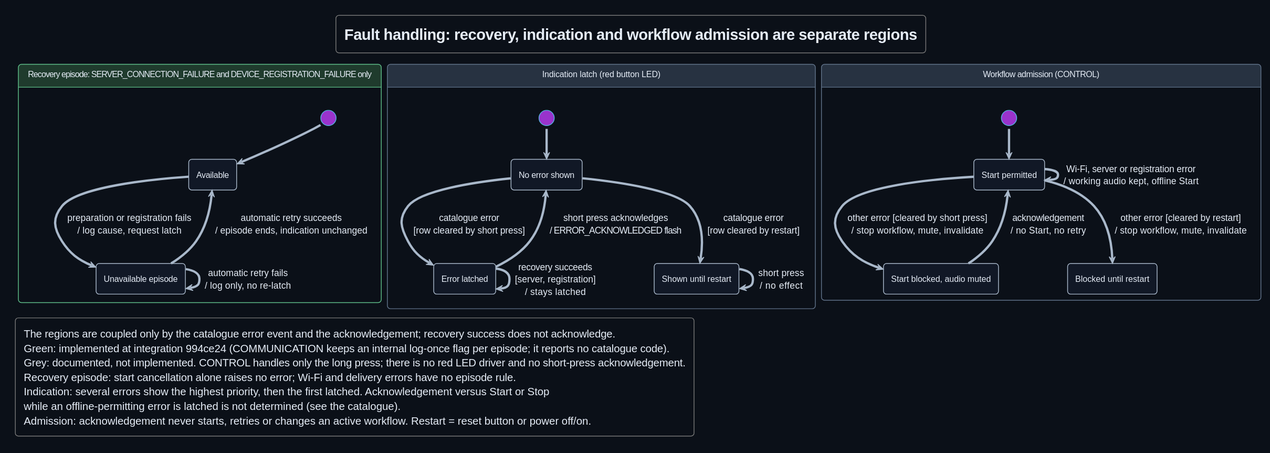
Before: Development/system/design/FEEDBACK/rendered/fault_handling_state.svg, a diagram exported from PlantUML (DemonicPsychoII/DigitalStethoscope).
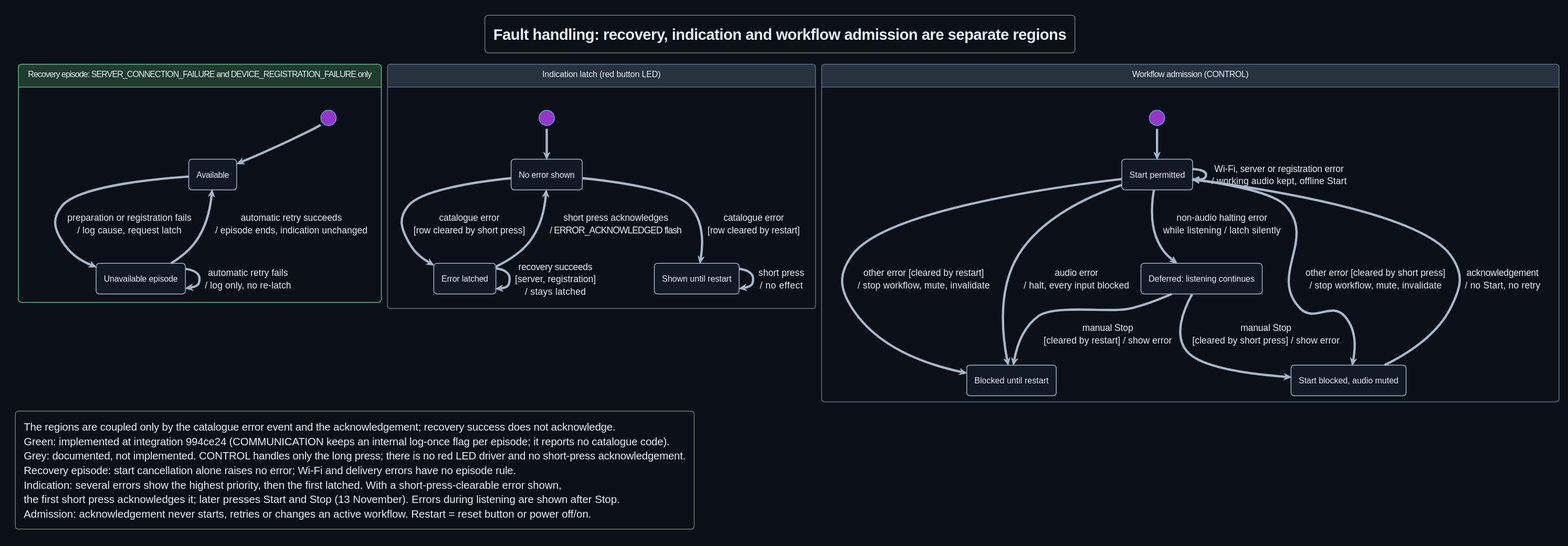
Later version of the same file.

Commit message:
documentation: let the first short press acknowledge an offline-permitting error, defer non-audio halting errors during listening and halt all input on audio errors

What changed in the source:
```diff
@@ -42,10 +42,15 @@
  state "Start permitted" as Permitted
  state "Start blocked, audio muted" as Blocked
  state "Blocked until restart" as BlockedRestart
+ state "Deferred: listening continues" as Deferred
  [*] --> Permitted
  Permitted --> Permitted : Wi-Fi, server or registration error\n/ working audio kept, offline Start
  Permitted --> Blocked : other error [cleared by short press]\n/ stop workflow, mute, invalidate
  Permitted --> BlockedRestart : other error [cleared by restart]\n/ stop workflow, mute, invalidate
+ Permitted --> BlockedRestart : audio error\n/ halt, every input blocked
+ Permitted --> Deferred : non-audio halting error\nwhile listening / latch silently
+ Deferred --> Blocked : manual Stop\n[cleared by short press] / show error
+ Deferred --> BlockedRestart : manual Stop\n[cleared by restart] / show error
  Blocked --> Permitted : acknowledgement\n/ no Start, no retry
 }
 
@@ -57,8 +62,8 @@
  Green: implemented at integration 994ce24 (COMMUNICATION keeps an internal log-once flag per episode; it reports no catalogue code).
  Grey: documented, not implemented. CONTROL handles only the long press; there is no red LED driver and no short-press acknowledgement.
  Recovery episode: start cancellation alone raises no error; Wi-Fi and delivery errors have no episode rule.
- Indication: several errors show the highest priority, then the first latched. Acknowledgement versus Start or Stop
- while an offline-permitting error is latched is not determined (see the catalogue).
+ Indication: several errors show the highest priority, then the first latched. With a short-press-clearable error shown,
+ the first short press acknowledges it; later presses Start and Stop (13 November). Errors during listening are shown after Stop.
  Admission: acknowledgement never starts, retries or changes an active workflow. Restart = reset button or power off/on.
 endlegend
 @enduml
```
